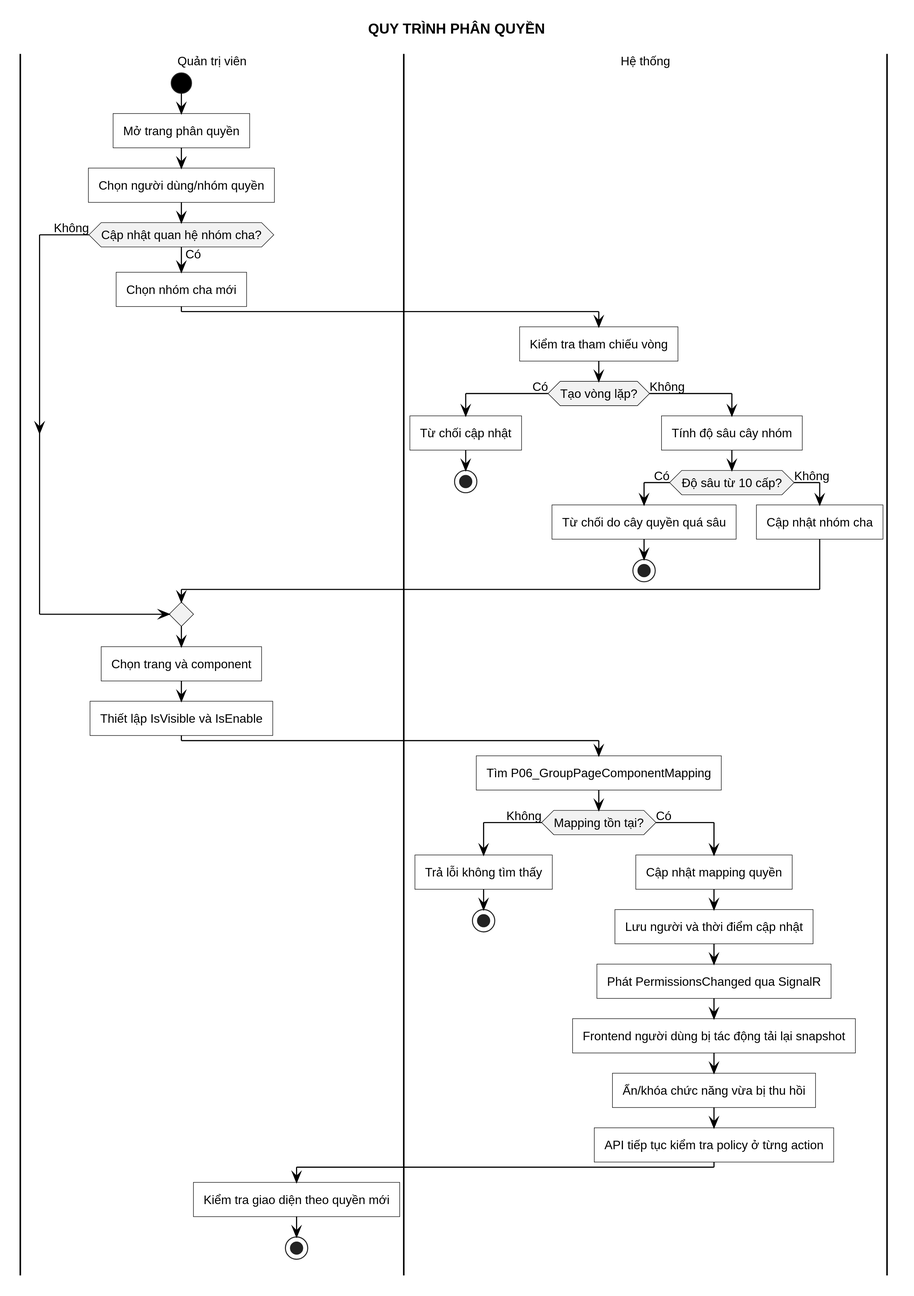
Above: LVTN/diagrams/ch03/activity-manage-permissions.svg in Miikey24s/gtas_vpp (PlantUML), before the change.
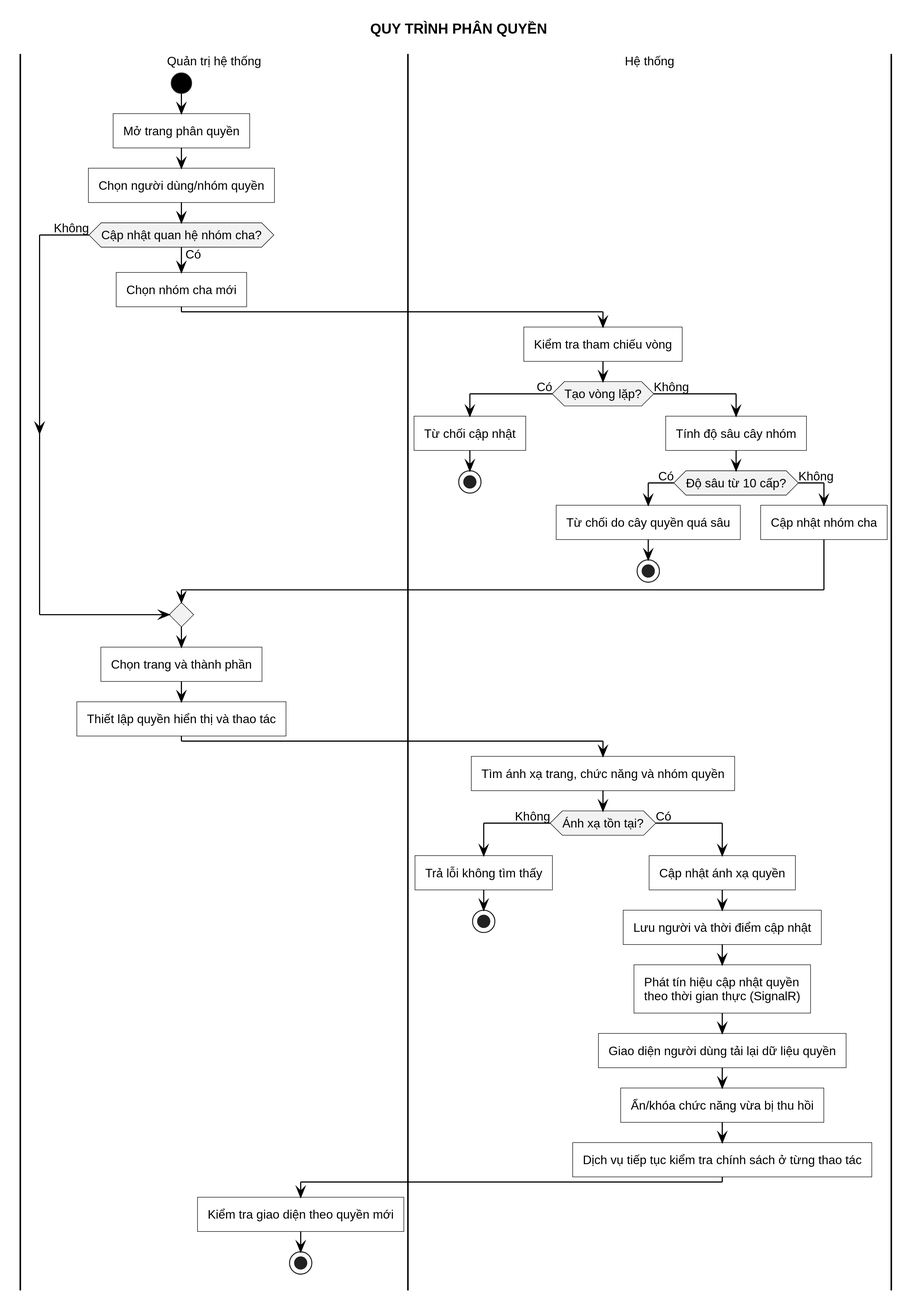
Above is the later version.

Change to the diagram source:
```diff
@@ -2,7 +2,7 @@
 !include ../common/activity-style.puml
 title QUY TRÌNH PHÂN QUYỀN
 
-|Quản trị viên|
+|Quản trị hệ thống|
 start
 :Mở trang phân quyền;
 :Chọn người dùng/nhóm quyền;
@@ -24,22 +24,22 @@
   endif
 else (Không)
 endif
-|Quản trị viên|
-:Chọn trang và component;
-:Thiết lập IsVisible và IsEnable;
+|Quản trị hệ thống|
+:Chọn trang và thành phần;
+:Thiết lập quyền hiển thị và thao tác;
 |Hệ thống|
-:Tìm P06_GroupPageComponentMapping;
-if (Mapping tồn tại?) then (Không)
+:Tìm ánh xạ trang, chức năng và nhóm quyền;
+if (Ánh xạ tồn tại?) then (Không)
   :Trả lỗi không tìm thấy;
   stop
 else (Có)
-  :Cập nhật mapping quyền;
+  :Cập nhật ánh xạ quyền;
   :Lưu người và thời điểm cập nhật;
-  :Phát PermissionsChanged qua SignalR;
-  :Frontend người dùng bị tác động tải lại snapshot;
+  :Phát tín hiệu cập nhật quyền\ntheo thời gian thực (SignalR);
+  :Giao diện người dùng tải lại dữ liệu quyền;
   :Ẩn/khóa chức năng vừa bị thu hồi;
-  :API tiếp tục kiểm tra policy ở từng action;
-  |Quản trị viên|
+  :Dịch vụ tiếp tục kiểm tra chính sách ở từng thao tác;
+  |Quản trị hệ thống|
   :Kiểm tra giao diện theo quyền mới;
   stop
 endif
```
